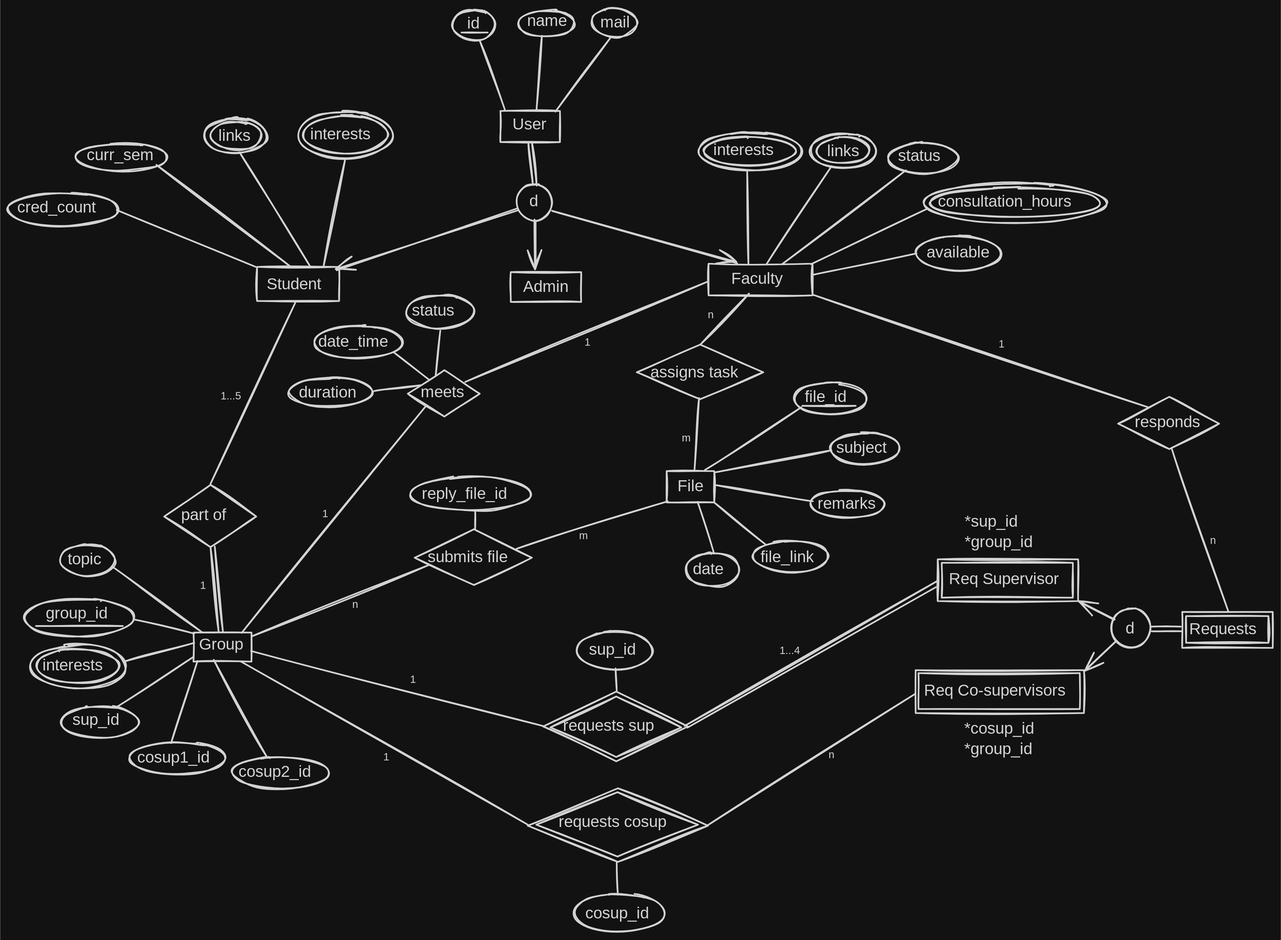
Before: EER/EER diagram.svg, a diagram exported from Excalidraw (farhan-9820/CSE_370_Project). Source tidied: one line per element, renumbered; positions are measured from the earlier drawing's top-left corner, leaving out a move shared by most shapes.
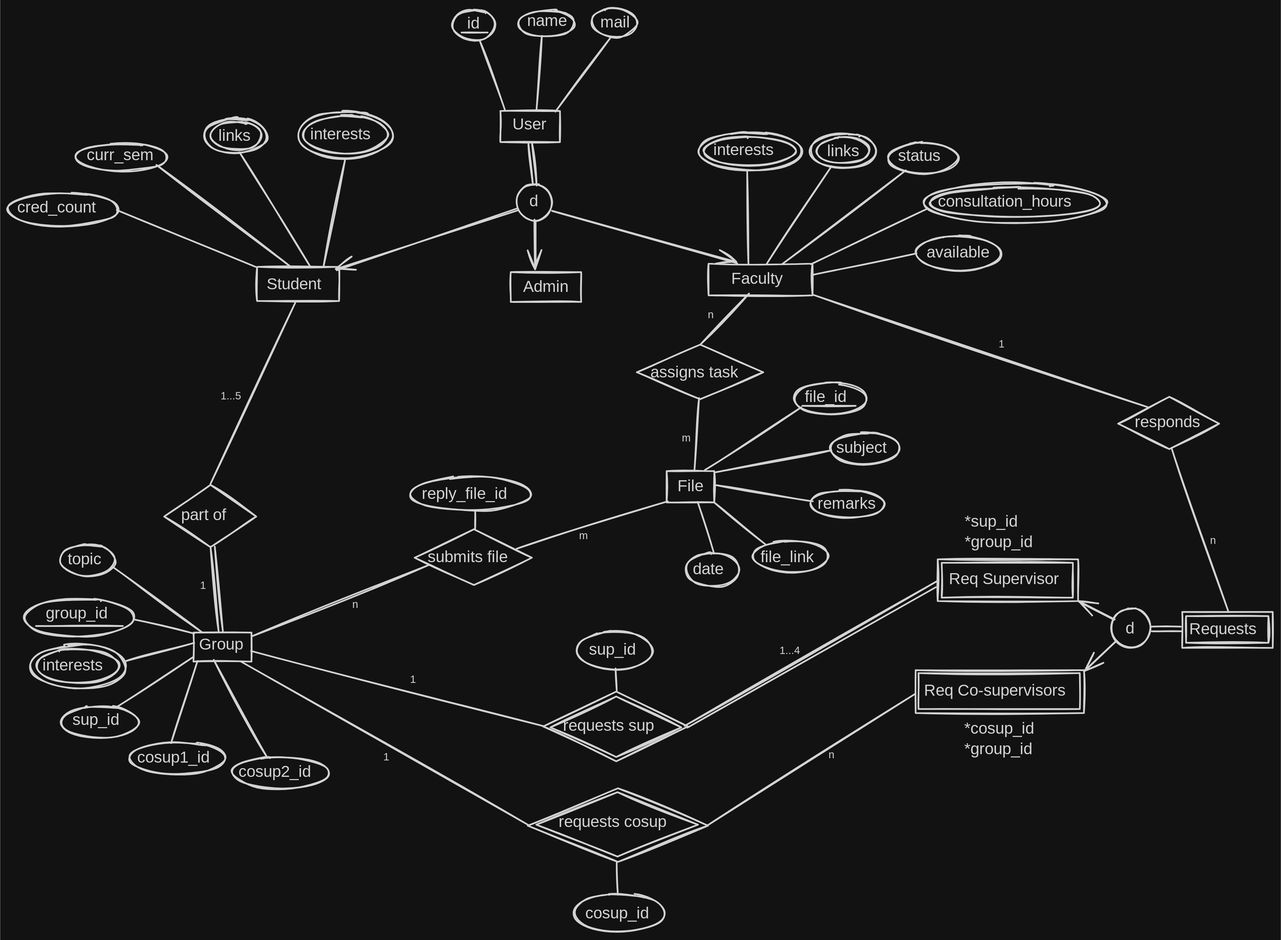
Above is the later version.

What changed in the source:
```diff
@@ -96,16 +96,6 @@
 {"id": 95, "type": "diamond", "strokeColor": "#1e1e1e", "strokeWidth": 2, "roughness": 1, "x": 1366, "y": 478, "width": 124, "height": 64}
 {"id": 96, "type": "line", "strokeColor": "#1e1e1e", "strokeWidth": 2, "roughness": 1, "x": 990, "y": 353, "width": 413, "height": 139, "points": [[0, 0], [413, 139]]}
 {"id": 97, "type": "line", "strokeColor": "#1e1e1e", "strokeWidth": 2, "roughness": 1, "x": 1432, "y": 541, "width": 70, "height": 201, "points": [[0, 0], [70, 201]]}
-{"id": 98, "type": "text", "text": "meets", "strokeColor": "#1e1e1e", "strokeWidth": 2, "roughness": 1, "fontSize": 20, "fontFamily": 5, "x": 507, "y": 461, "width": 57, "height": 25}
-{"id": 99, "type": "diamond", "strokeColor": "#1e1e1e", "strokeWidth": 2, "roughness": 1, "x": 492, "y": 446, "width": 89, "height": 57}
-{"id": 100, "type": "text", "text": "duration", "strokeColor": "#1e1e1e", "strokeWidth": 2, "roughness": 1, "fontSize": 20, "fontFamily": 5, "x": 358, "y": 462, "width": 80, "height": 25}
-{"id": 101, "type": "text", "text": "status", "strokeColor": "#1e1e1e", "strokeWidth": 2, "roughness": 1, "fontSize": 20, "fontFamily": 5, "x": 497, "y": 361, "width": 66, "height": 25}
-{"id": 102, "type": "ellipse", "strokeColor": "#1e1e1e", "strokeWidth": 2, "roughness": 1, "x": 346, "y": 455, "width": 103, "height": 36}
-{"id": 103, "type": "ellipse", "strokeColor": "#1e1e1e", "strokeWidth": 2, "roughness": 1, "x": 490, "y": 353, "width": 83, "height": 41}
-{"id": 104, "type": "line", "strokeColor": "#1e1e1e", "strokeWidth": 2, "roughness": 1, "x": 287, "y": 769, "width": 226, "height": 279, "points": [[0, 0], [226, -279]]}
-{"id": 105, "type": "line", "strokeColor": "#1e1e1e", "strokeWidth": 2, "roughness": 1, "x": 562, "y": 460, "width": 299, "height": 124, "points": [[0, 0], [299, -124]]}
-{"id": 106, "type": "line", "strokeColor": "#1e1e1e", "strokeWidth": 2, "roughness": 1, "x": 532, "y": 397, "width": 6, "height": 56, "points": [[0, 0], [-6, 56]]}
-{"id": 107, "type": "line", "strokeColor": "#1e1e1e", "strokeWidth": 2, "roughness": 1, "x": 450, "y": 471, "width": 57, "height": 7, "points": [[0, 0], [57, -7]]}
 {"id": 108, "type": "text", "text": "File", "strokeColor": "#1e1e1e", "strokeWidth": 2, "roughness": 1, "fontSize": 20, "fontFamily": 5, "x": 824, "y": 577, "width": 33, "height": 25}
 {"id": 109, "type": "rectangle", "strokeColor": "#1e1e1e", "strokeWidth": 2, "roughness": 1, "x": 810, "y": 570, "width": 59, "height": 39}
 {"id": 110, "type": "text", "text": "subject", "strokeColor": "#1e1e1e", "strokeWidth": 2, "roughness": 1, "fontSize": 20, "fontFamily": 5, "x": 1019, "y": 530, "width": 71, "height": 25}
@@ -145,8 +135,6 @@
 {"id": 144, "type": "line", "strokeColor": "#1e1e1e", "strokeWidth": 2, "roughness": 1, "x": 645, "y": 166, "width": 6, "height": 53, "points": [[0, 0], [6, 53]]}
 {"id": 145, "type": "line", "strokeColor": "#1e1e1e", "strokeWidth": 2, "roughness": 1, "x": 1407, "y": 767, "width": 37, "height": 0, "points": [[0, 0], [37, 0]]}
 {"id": 146, "type": "text", "text": "n", "strokeColor": "#1e1e1e", "strokeWidth": 2, "roughness": 1, "fontSize": 13, "fontFamily": 5, "x": 1010, "y": 912, "width": 7, "height": 16}
-{"id": 147, "type": "text", "text": "1", "strokeColor": "#1e1e1e", "strokeWidth": 2, "roughness": 1, "fontSize": 13, "fontFamily": 5, "x": 386, "y": 615, "width": 6, "height": 16}
-{"id": 148, "type": "text", "text": "1", "strokeColor": "#1e1e1e", "strokeWidth": 2, "roughness": 1, "fontSize": 13, "fontFamily": 5, "x": 709, "y": 404, "width": 6, "height": 16}
 {"id": 149, "type": "line", "strokeColor": "#1e1e1e", "strokeWidth": 2, "roughness": 1, "x": 832, "y": 883, "width": 312, "height": 179, "points": [[0, 0], [312, -179]]}
 {"id": 150, "type": "text", "text": "file_id", "strokeColor": "#1e1e1e", "strokeWidth": 2, "roughness": 1, "fontSize": 20, "fontFamily": 5, "x": 980, "y": 467, "width": 60, "height": 25}
 {"id": 151, "type": "line", "strokeColor": "#1e1e1e", "strokeWidth": 2, "roughness": 1, "x": 977, "y": 489, "width": 66, "height": 0, "points": [[0, 0], [66, 0]]}
@@ -164,12 +152,9 @@
 {"id": 163, "type": "line", "strokeColor": "#1e1e1e", "strokeWidth": 2, "roughness": 1, "x": 134, "y": 860, "width": 94, "height": 61, "points": [[0, 0], [94, -61]]}
 {"id": 164, "type": "line", "strokeColor": "#1e1e1e", "strokeWidth": 2, "roughness": 1, "x": 200, "y": 905, "width": 32, "height": 101, "points": [[0, 0], [32, -101]]}
 {"id": 165, "type": "line", "strokeColor": "#1e1e1e", "strokeWidth": 2, "roughness": 1, "x": 253, "y": 802, "width": 65, "height": 119, "points": [[0, 0], [65, 119]]}
-{"id": 166, "type": "text", "text": "date_time", "strokeColor": "#1e1e1e", "strokeWidth": 2, "roughness": 1, "fontSize": 20, "fontFamily": 5, "x": 381, "y": 399, "width": 99, "height": 25}
 {"id": 167, "type": "text", "text": "date", "strokeColor": "#1e1e1e", "strokeWidth": 2, "roughness": 1, "fontSize": 20, "fontFamily": 5, "x": 843, "y": 679, "width": 45, "height": 25}
 {"id": 168, "type": "ellipse", "strokeColor": "#1e1e1e", "strokeWidth": 2, "roughness": 1, "x": 834, "y": 671, "width": 66, "height": 41}
 {"id": 169, "type": "line", "strokeColor": "#1e1e1e", "strokeWidth": 2, "roughness": 1, "x": 848, "y": 608, "width": 20, "height": 63, "points": [[0, 0], [20, 63]]}
-{"id": 170, "type": "ellipse", "strokeColor": "#1e1e1e", "strokeWidth": 2, "roughness": 1, "x": 376, "y": 391, "width": 109, "height": 40}
-{"id": 171, "type": "line", "strokeColor": "#1e1e1e", "strokeWidth": 2, "roughness": 1, "x": 474, "y": 424, "width": 44, "height": 34, "points": [[0, 0], [44, 34]]}
 {"id": 172, "type": "text", "text": "*cosup_id\n*group_id", "strokeColor": "#1e1e1e", "strokeWidth": 2, "roughness": 1, "fontSize": 20, "fontFamily": 5, "x": 1176, "y": 876, "width": 96, "height": 50}
 {"id": 173, "type": "rectangle", "strokeColor": "#1e1e1e", "strokeWidth": 2, "roughness": 1, "x": 1117, "y": 815, "width": 207, "height": 53}
 {"id": 174, "type": "rectangle", "strokeColor": "#1e1e1e", "strokeWidth": 2, "roughness": 1, "x": 1144, "y": 678, "width": 173, "height": 51}
```
